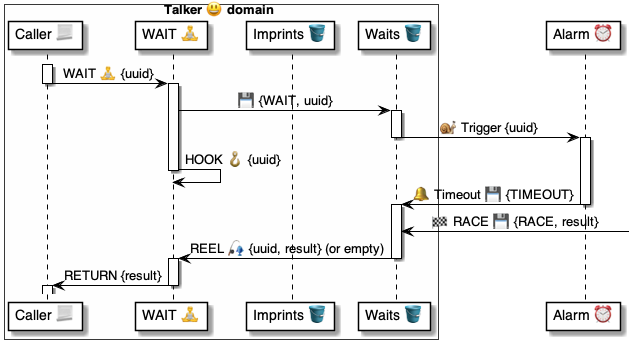
Earlier version of the PlantUML export 4 ⚙️ Solution/37 Scripts 📃/📃 Commands ⌘/⌘ for async/WAIT 🧘/🧘 WAIT ⚙️ uml.png (pollyweb-org/pollyweb-docs). Its source is kept beside it as 4 ⚙️ Solution/37 Scripts 📃/📃 Commands ⌘/⌘ for async/WAIT 🧘/🧘 WAIT ⚙️ uml.puml.
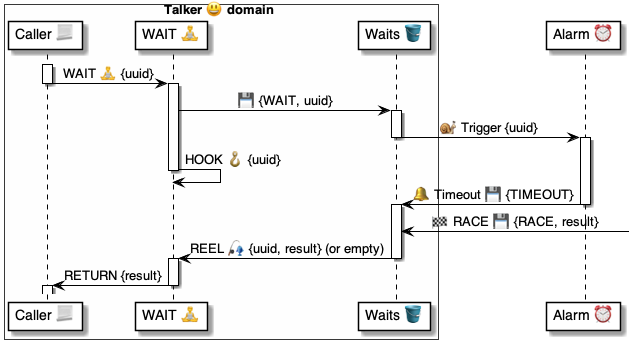
Later version of the same file.

Diff of the diagram source:
```diff
@@ -3,7 +3,6 @@
 box Talker 😃 domain #FFFFFA
     participant "Caller 📃" as script
     participant "WAIT 🧘" as wait
-    participant "Imprints 🪣" as imprints
     participant "Waits 🪣" as waits
 end box
 participant "Alarm ⏰" as alarm
```
